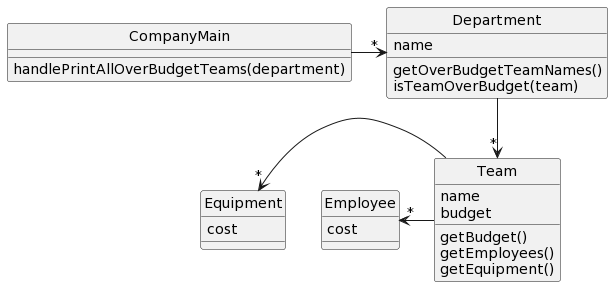
Above: Homework/DesignProblems/DP4/DP4_B.png in RHIT-CSSE/csse220 (PlantUML), before the change.
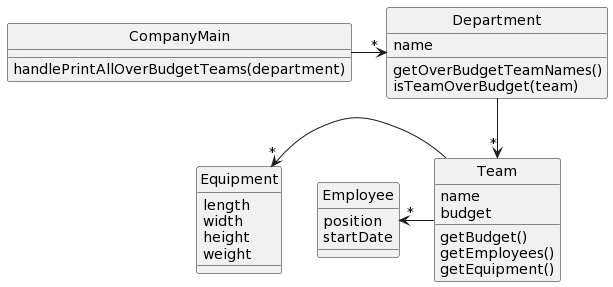
After the commit.

Change to the diagram source:
```diff
@@ -18,11 +18,15 @@
 }
 
 class Employee {
-  cost
+  position
+  startDate
 }
 
 class Equipment {
-  cost
+  length
+  width
+  height
+  weight
 }
 
 CompanyMain -> "*" Department
```
